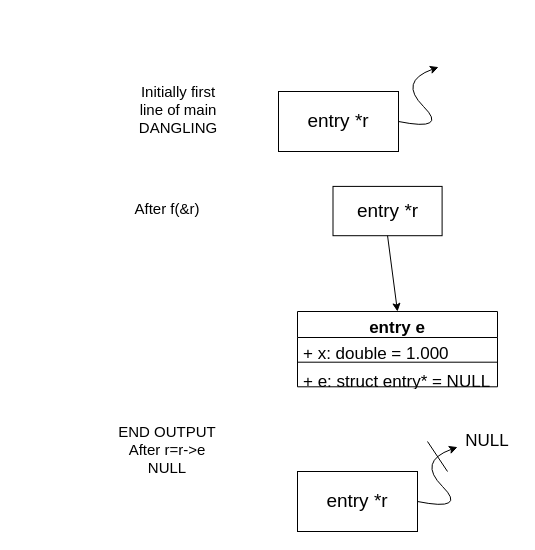
Before: Assignments/5/drawings/Q3.drawio in eternalstudy30112004/DSALab, a draw.io diagram. Source tidied: cells renumbered, new cells numbered last; positions are measured from the earlier drawing's top-left corner, leaving out a move shared by most shapes. Both pictures are drawn from the tidied source at 100%, with x=0, y=0 at pixel (117, 67).
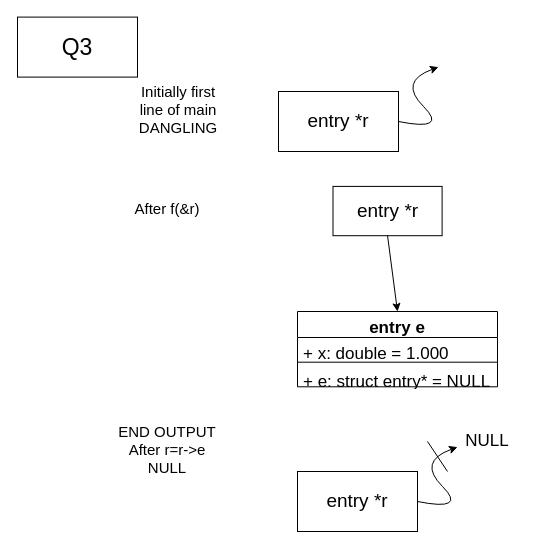
After the change.

The edit, as a diff of the source:
```diff
@@
+    <mxCell id="22" value="&lt;font style=&quot;font-size: 23px;&quot;&gt;Q3&lt;/font&gt;" style="rounded=0;whiteSpace=wrap;html=1;" parent="1" vertex="1">
+      <mxGeometry x="-100" y="-50.4" width="120" height="60" as="geometry" />
+    </mxCell>
```
